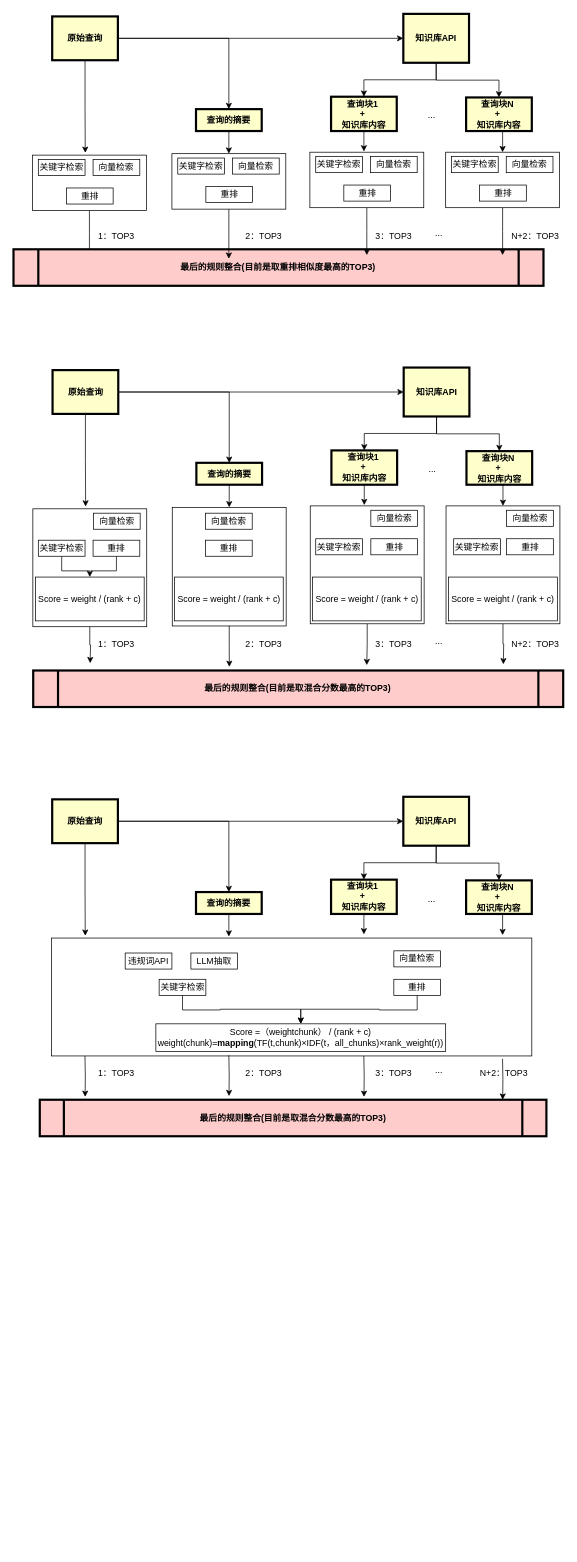
Earlier version of the draw.io diagram process.drawio (liweizhen111/GIt-GitHub_Note). Source tidied: cells renumbered, new cells numbered last; positions are measured from the earlier drawing's top-left corner, leaving out a move shared by most shapes. Both pictures are drawn from the tidied source at 73%, with x=0, y=0 at pixel (13, 13).
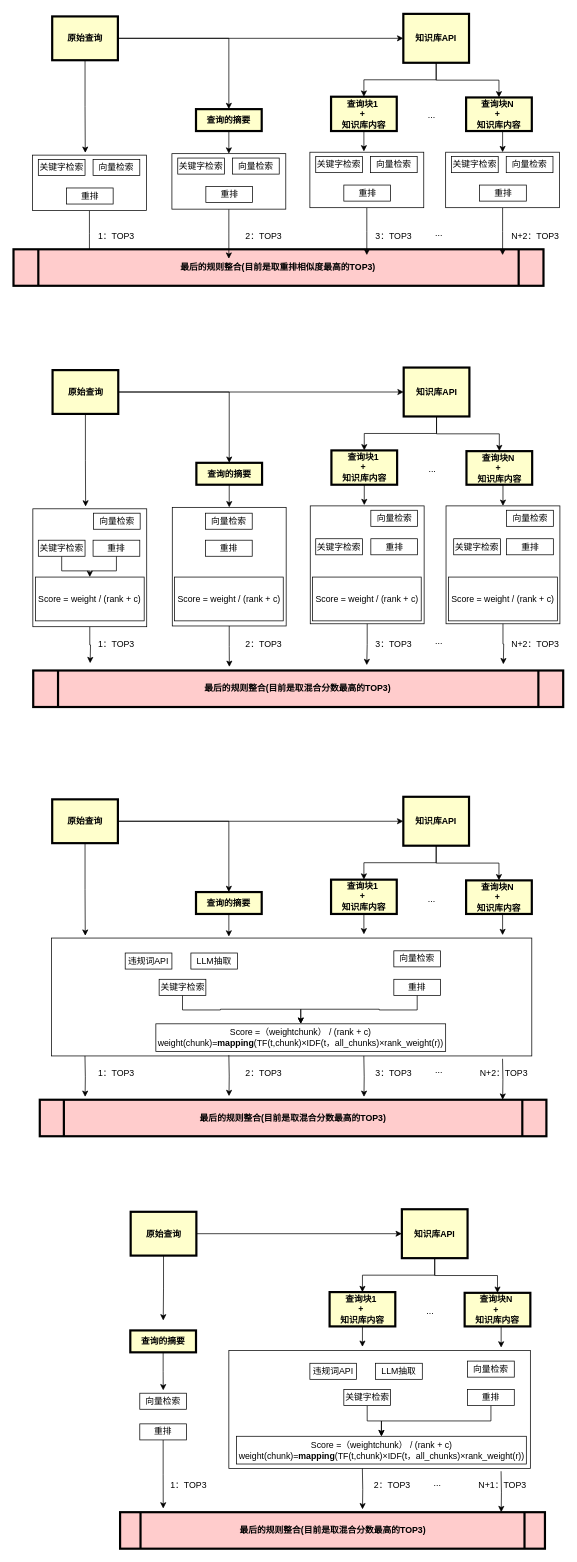
The same page after the edit.

What changed in the source:
```diff
@@
+    <mxCell id="123" style="rounded=0;whiteSpace=wrap;html=1;" parent="1" vertex="1">
+      <mxGeometry x="295" y="1831.5" width="413" height="161.5" as="geometry" />
+    </mxCell>
+    <mxCell id="124" style="edgeStyle=orthogonalEdgeStyle;rounded=0;jettySize=auto;html=1;" parent="1" edge="1" source="126" target="141">
+      <mxGeometry relative="1" as="geometry" />
+    </mxCell>
+    <mxCell id="125" style="edgeStyle=orthogonalEdgeStyle;rounded=0;jettySize=auto;html=1;exitX=0.5;exitY=1;exitDx=0;exitDy=0;" parent="1" edge="1" source="126">
+      <mxGeometry relative="1" as="geometry">
+        <mxPoint x="205.1" y="1790.4" as="targetPoint" />
+      </mxGeometry>
+    </mxCell>
+    <mxCell id="126" value="原始查询" style="whiteSpace=wrap;align=center;verticalAlign=middle;fontStyle=1;strokeWidth=3;fillColor=#FFFFCC;" parent="1" vertex="1">
+      <mxGeometry x="160.5" y="1641.5" width="90" height="60" as="geometry" />
+    </mxCell>
+    <mxCell id="127" value="最后的规则整合(目前是取混合分数最高的TOP3)" style="shape=process;whiteSpace=wrap;align=center;verticalAlign=middle;size=0.0475;fontStyle=1;strokeWidth=3;fillColor=#FFCCCC;" parent="1" vertex="1">
+      <mxGeometry x="146" y="2053" width="582" height="50" as="geometry" />
+    </mxCell>
+    <mxCell id="128" style="edgeStyle=orthogonalEdgeStyle;rounded=0;jettySize=auto;html=1;exitX=0.5;exitY=1;exitDx=0;exitDy=0;entryX=0.5;entryY=0;entryDx=0;entryDy=0;" parent="1" edge="1" source="129" target="147">
+      <mxGeometry relative="1" as="geometry" />
+    </mxCell>
+    <mxCell id="129" value="关键字检索" style="rounded=0;whiteSpace=wrap;html=1;" parent="1" vertex="1">
+      <mxGeometry x="452.5" y="1885" width="64" height="22" as="geometry" />
+    </mxCell>
+    <mxCell id="130" value="向量检索" style="rounded=0;whiteSpace=wrap;html=1;" parent="1" vertex="1">
+      <mxGeometry x="622" y="1846" width="64" height="22" as="geometry" />
+    </mxCell>
+    <mxCell id="131" style="edgeStyle=orthogonalEdgeStyle;rounded=0;jettySize=auto;html=1;exitX=0.5;exitY=1;exitDx=0;exitDy=0;entryX=0.5;entryY=0;entryDx=0;entryDy=0;" parent="1" edge="1" source="132" target="147">
+      <mxGeometry relative="1" as="geometry" />
+    </mxCell>
+    <mxCell id="132" value="重排" style="rounded=0;whiteSpace=wrap;html=1;" parent="1" vertex="1">
+      <mxGeometry x="622" y="1885" width="64" height="22" as="geometry" />
+    </mxCell>
+    <mxCell id="133" style="edgeStyle=orthogonalEdgeStyle;rounded=0;jettySize=auto;html=1;exitX=0.5;exitY=1;exitDx=0;exitDy=0;" parent="1" edge="1" source="134">
+      <mxGeometry relative="1" as="geometry">
+        <mxPoint x="205.1" y="1886.1" as="targetPoint" />
+      </mxGeometry>
+    </mxCell>
+    <mxCell id="134" value="查询的摘要" style="whiteSpace=wrap;align=center;verticalAlign=middle;fontStyle=1;strokeWidth=3;fillColor=#FFFFCC;" parent="1" vertex="1">
+      <mxGeometry x="160" y="1804" width="90" height="30" as="geometry" />
+    </mxCell>
+    <mxCell id="135" style="edgeStyle=orthogonalEdgeStyle;rounded=0;jettySize=auto;html=1;exitX=0.5;exitY=1;exitDx=0;exitDy=0;" parent="1" edge="1" source="136">
+      <mxGeometry relative="1" as="geometry">
+        <mxPoint x="478" y="1826.5" as="targetPoint" />
+      </mxGeometry>
+    </mxCell>
+    <mxCell id="136" value="查询块1 &#10;+ &#10;知识库内容" style="whiteSpace=wrap;align=center;verticalAlign=middle;fontStyle=1;strokeWidth=3;fillColor=#FFFFCC;" parent="1" vertex="1">
+      <mxGeometry x="433" y="1751.5" width="90" height="47" as="geometry" />
+    </mxCell>
+    <mxCell id="137" style="edgeStyle=orthogonalEdgeStyle;rounded=0;jettySize=auto;html=1;exitX=0.5;exitY=1;exitDx=0;exitDy=0;entryX=0.5;entryY=0;entryDx=0;entryDy=0;" parent="1" edge="1" source="138">
+      <mxGeometry relative="1" as="geometry">
+        <mxPoint x="668" y="1827.5" as="targetPoint" />
+      </mxGeometry>
+    </mxCell>
+    <mxCell id="138" value="查询块N &#10;+ &#10;知识库内容" style="whiteSpace=wrap;align=center;verticalAlign=middle;fontStyle=1;strokeWidth=3;fillColor=#FFFFCC;" parent="1" vertex="1">
+      <mxGeometry x="618" y="1752.5" width="90" height="46" as="geometry" />
+    </mxCell>
+    <mxCell id="139" style="edgeStyle=orthogonalEdgeStyle;rounded=0;jettySize=auto;html=1;exitX=0.5;exitY=1;exitDx=0;exitDy=0;entryX=0.5;entryY=0;entryDx=0;entryDy=0;" parent="1" edge="1" source="141" target="136">
+      <mxGeometry relative="1" as="geometry" />
+    </mxCell>
+    <mxCell id="140" style="edgeStyle=orthogonalEdgeStyle;rounded=0;jettySize=auto;html=1;exitX=0.5;exitY=1;exitDx=0;exitDy=0;entryX=0.5;entryY=0;entryDx=0;entryDy=0;" parent="1" edge="1" source="141" target="138">
+      <mxGeometry relative="1" as="geometry" />
+    </mxCell>
+    <mxCell id="141" value="知识库API" style="whiteSpace=wrap;align=center;verticalAlign=middle;fontStyle=1;strokeWidth=3;fillColor=#FFFFCC;" parent="1" vertex="1">
+      <mxGeometry x="532" y="1638" width="90" height="67" as="geometry" />
+    </mxCell>
+    <mxCell id="142" value="1：TOP3" style="text;html=1;align=center;verticalAlign=middle;whiteSpace=wrap;rounded=0;" parent="1" vertex="1">
+      <mxGeometry x="210" y="2002" width="60" height="30" as="geometry" />
+    </mxCell>
+    <mxCell id="143" value="2：TOP3" style="text;html=1;align=center;verticalAlign=middle;whiteSpace=wrap;rounded=0;" parent="1" vertex="1">
+      <mxGeometry x="488.5" y="2002" width="60" height="30" as="geometry" />
+    </mxCell>
+    <mxCell id="144" value="..." style="text;html=1;align=center;verticalAlign=middle;whiteSpace=wrap;rounded=0;" parent="1" vertex="1">
+      <mxGeometry x="541" y="1762.5" width="60" height="30" as="geometry" />
+    </mxCell>
+    <mxCell id="145" value="N+1：TOP3" style="text;html=1;align=center;verticalAlign=middle;whiteSpace=wrap;rounded=0;" parent="1" vertex="1">
+      <mxGeometry x="632" y="2002" width="76" height="30" as="geometry" />
+    </mxCell>
+    <mxCell id="146" value="..." style="text;html=1;align=center;verticalAlign=middle;whiteSpace=wrap;rounded=0;" parent="1" vertex="1">
+      <mxGeometry x="550.5" y="1998" width="60" height="30" as="geometry" />
+    </mxCell>
+    <mxCell id="147" value="&lt;font&gt;Score =（weight&lt;font&gt;chunk&lt;/font&gt;） / (rank + c)&lt;/font&gt;&lt;div&gt;&lt;font&gt;&lt;span style=&quot;text-align: start;&quot; class=&quot;ne-text&quot;&gt;weight(chunk)=&lt;/span&gt;&lt;strong style=&quot;text-align: start;&quot;&gt;&lt;span class=&quot;ne-text&quot;&gt;mapping&lt;/span&gt;&lt;/strong&gt;&lt;span style=&quot;text-align: start;&quot; class=&quot;ne-text&quot;&gt;(TF(t,chunk)×IDF(t，all_chunks)×rank_weight(r))&lt;/span&gt;&lt;/font&gt;&lt;/div&gt;" style="rounded=0;whiteSpace=wrap;html=1;" parent="1" vertex="1">
+      <mxGeometry x="305.5" y="1949" width="397" height="38" as="geometry" />
+    </mxCell>
+    <mxCell id="148" value="违规词API" style="rounded=0;whiteSpace=wrap;html=1;" parent="1" vertex="1">
+      <mxGeometry x="406" y="1849" width="64" height="22" as="geometry" />
+    </mxCell>
+    <mxCell id="149" value="LLM抽取" style="rounded=0;whiteSpace=wrap;html=1;" parent="1" vertex="1">
+      <mxGeometry x="496" y="1849" width="64" height="22" as="geometry" />
+    </mxCell>
+    <mxCell id="150" style="edgeStyle=orthogonalEdgeStyle;rounded=0;orthogonalLoop=1;jettySize=auto;html=1;exitX=0.5;exitY=1;exitDx=0;exitDy=0;" parent="1" edge="1">
+      <mxGeometry relative="1" as="geometry">
+        <mxPoint x="477.9" y="1993" as="sourcePoint" />
+        <mxPoint x="478.1" y="2049.1" as="targetPoint" />
+      </mxGeometry>
+    </mxCell>
+    <mxCell id="151" style="edgeStyle=orthogonalEdgeStyle;rounded=0;orthogonalLoop=1;jettySize=auto;html=1;exitX=0.5;exitY=1;exitDx=0;exitDy=0;" parent="1" edge="1">
+      <mxGeometry relative="1" as="geometry">
+        <mxPoint x="667.9" y="1996.9" as="sourcePoint" />
+        <mxPoint x="668.1" y="2053" as="targetPoint" />
+      </mxGeometry>
+    </mxCell>
+    <mxCell id="152" value="向量检索" style="rounded=0;whiteSpace=wrap;html=1;" parent="1" vertex="1">
+      <mxGeometry x="173" y="1890" width="64" height="22" as="geometry" />
+    </mxCell>
+    <mxCell id="153" style="edgeStyle=orthogonalEdgeStyle;rounded=0;jettySize=auto;html=1;exitX=0.5;exitY=1;exitDx=0;exitDy=0;" parent="1" edge="1" source="154">
+      <mxGeometry relative="1" as="geometry">
+        <mxPoint x="205.1" y="2048" as="targetPoint" />
+      </mxGeometry>
+    </mxCell>
+    <mxCell id="154" value="重排" style="rounded=0;whiteSpace=wrap;html=1;" parent="1" vertex="1">
+      <mxGeometry x="173" y="1932" width="64" height="22" as="geometry" />
+    </mxCell>
```
